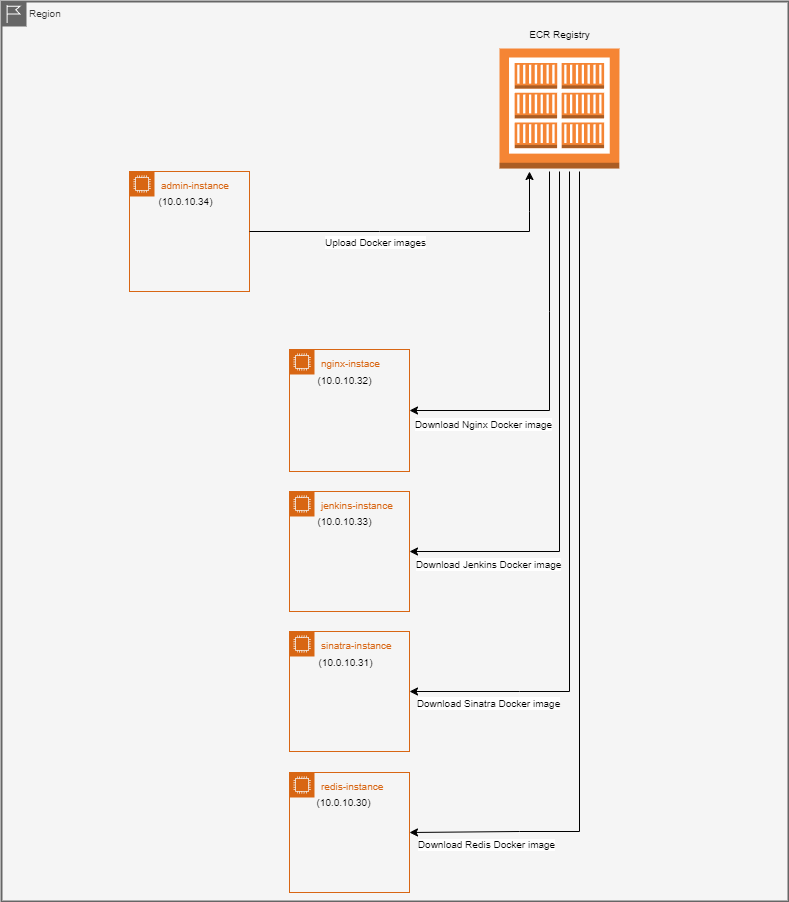
maxmin13/consul-prj keeps this draw.io diagram as img/ecr.png. Above is the earlier version. Source tidied: cells renumbered, new cells last; positions are measured from the earlier drawing's top-left corner, leaving out a move shared by most shapes.
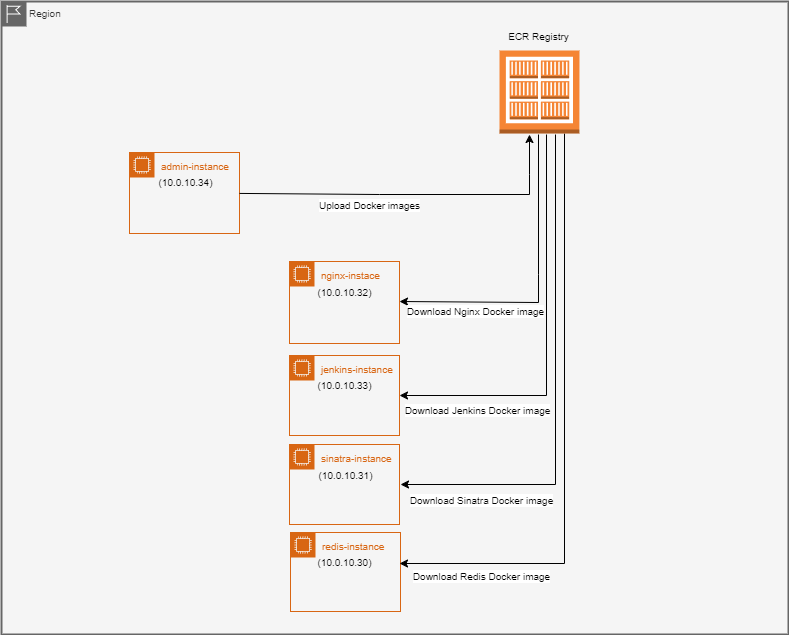
After the change.

Diff of the diagram source:
```diff
@@ -3,33 +3,67 @@
     <mxCell id="0" />
     <mxCell id="1" parent="0" />
     <mxCell id="2" value="&lt;font style=&quot;font-size: 10px;&quot;&gt;Region&lt;/font&gt;" style="shape=mxgraph.ibm.box;prType=region;fontStyle=0;verticalAlign=top;align=left;spacingLeft=32;spacingTop=4;fillColor=#f5f5f5;rounded=0;whiteSpace=wrap;html=1;strokeColor=#666666;strokeWidth=2;dashed=0;spacing=-4;fontColor=#333333;" parent="1" vertex="1">
-      <mxGeometry width="787" height="900" as="geometry" />
+      <mxGeometry y="-2" width="787" height="633" as="geometry" />
     </mxCell>
+    <mxCell id="21" style="endArrow=classic;html=1;rounded=0;entryX=1;entryY=0.5;entryDx=0;entryDy=0;" parent="2" edge="1">
+      <mxGeometry relative="1" as="geometry">
+        <mxPoint x="554" y="133" as="sourcePoint" />
+        <mxPoint x="399" y="483" as="targetPoint" />
+        <Array as="points">
+          <mxPoint x="554" y="483" />
+        </Array>
+      </mxGeometry>
+    </mxCell>
+    <mxCell id="22" value="&lt;font style=&quot;font-size: 10px;&quot;&gt;Download Sinatra Docker image&lt;/font&gt;" style="edgeLabel;html=1;align=center;verticalAlign=middle;" parent="21" vertex="1">
+      <mxGeometry relative="1" as="geometry">
+        <mxPoint x="-75" y="112" as="offset" />
+      </mxGeometry>
+    </mxCell>
+    <mxCell id="24" value="&lt;font style=&quot;font-size: 10px;&quot;&gt;Download Redis Docker image&lt;/font&gt;" style="edgeLabel;html=1;align=center;verticalAlign=middle;" parent="21" vertex="1">
+      <mxGeometry relative="1" as="geometry">
+        <mxPoint x="-75" y="188" as="offset" />
+      </mxGeometry>
+    </mxCell>
+    <mxCell id="19" value="&lt;font style=&quot;font-size: 10px;&quot;&gt;redis-instance&lt;/font&gt;" style="points=[[0,0],[0.25,0],[0.5,0],[0.75,0],[1,0],[1,0.25],[1,0.5],[1,0.75],[1,1],[0.75,1],[0.5,1],[0.25,1],[0,1],[0,0.75],[0,0.5],[0,0.25]];outlineConnect=0;gradientColor=none;html=1;whiteSpace=wrap;fontSize=12;fontStyle=0;shape=mxgraph.aws4.group;grIcon=mxgraph.aws4.group_ec2_instance_contents;strokeColor=#D86613;fillColor=none;verticalAlign=top;align=left;spacingLeft=30;fontColor=#D86613;dashed=0;" parent="2" vertex="1">
+      <mxGeometry x="289" y="531" width="110" height="79" as="geometry" />
+    </mxCell>
+    <mxCell id="20" value="(10.0.10.30)" style="text;html=1;align=center;verticalAlign=middle;fillColor=none;strokeColor=none;fontSize=10;" parent="19" vertex="1">
+      <mxGeometry x="14" y="15" width="80" height="30" as="geometry" />
+    </mxCell>
+    <mxCell id="23" style="endArrow=classic;html=1;rounded=0;" parent="2" edge="1">
+      <mxGeometry relative="1" as="geometry">
+        <mxPoint x="563" y="132" as="sourcePoint" />
+        <mxPoint x="398" y="562" as="targetPoint" />
+        <Array as="points">
+          <mxPoint x="563" y="562" />
+        </Array>
+      </mxGeometry>
+    </mxCell>
     <mxCell id="3" style="dashed=0;verticalLabelPosition=bottom;verticalAlign=top;align=center;html=1;shape=mxgraph.aws3.ecr_registry;fillColor=#F58534;gradientColor=none;" parent="1" vertex="1">
-      <mxGeometry x="498" y="47" width="120" height="120" as="geometry" />
+      <mxGeometry x="498" y="47" width="80" height="83" as="geometry" />
     </mxCell>
     <mxCell id="4" value="&lt;font style=&quot;font-size: 10px;&quot;&gt;admin-instance&lt;/font&gt;" style="points=[[0,0],[0.25,0],[0.5,0],[0.75,0],[1,0],[1,0.25],[1,0.5],[1,0.75],[1,1],[0.75,1],[0.5,1],[0.25,1],[0,1],[0,0.75],[0,0.5],[0,0.25]];outlineConnect=0;gradientColor=none;html=1;whiteSpace=wrap;fontSize=12;fontStyle=0;shape=mxgraph.aws4.group;grIcon=mxgraph.aws4.group_ec2_instance_contents;strokeColor=#D86613;fillColor=none;verticalAlign=top;align=left;spacingLeft=30;fontColor=#D86613;dashed=0;" parent="1" vertex="1">
-      <mxGeometry x="128" y="170" width="120" height="120" as="geometry" />
+      <mxGeometry x="128" y="149" width="110" height="81" as="geometry" />
     </mxCell>
     <mxCell id="5" value="(10.0.10.34)" style="text;html=1;align=center;verticalAlign=middle;fillColor=none;strokeColor=none;fontSize=10;" parent="4" vertex="1">
       <mxGeometry x="16" y="15" width="80" height="30" as="geometry" />
     </mxCell>
     <mxCell id="6" value="&lt;font style=&quot;font-size: 10px;&quot;&gt;ECR Registry&lt;/font&gt;" style="text;html=1;align=center;verticalAlign=middle;fillColor=none;strokeColor=none;" parent="1" vertex="1">
-      <mxGeometry x="518" y="18" width="80" height="30" as="geometry" />
+      <mxGeometry x="497" y="18" width="80" height="30" as="geometry" />
     </mxCell>
     <mxCell id="7" value="&lt;font style=&quot;font-size: 10px;&quot;&gt;nginx-instace&lt;/font&gt;" style="points=[[0,0],[0.25,0],[0.5,0],[0.75,0],[1,0],[1,0.25],[1,0.5],[1,0.75],[1,1],[0.75,1],[0.5,1],[0.25,1],[0,1],[0,0.75],[0,0.5],[0,0.25]];outlineConnect=0;gradientColor=none;html=1;whiteSpace=wrap;fontSize=12;fontStyle=0;shape=mxgraph.aws4.group;grIcon=mxgraph.aws4.group_ec2_instance_contents;strokeColor=#D86613;fillColor=none;verticalAlign=top;align=left;spacingLeft=30;fontColor=#D86613;dashed=0;" parent="1" vertex="1">
-      <mxGeometry x="288" y="348" width="120" height="122" as="geometry" />
+      <mxGeometry x="288" y="258" width="110" height="82" as="geometry" />
     </mxCell>
     <mxCell id="8" value="(10.0.10.32)" style="text;html=1;align=center;verticalAlign=middle;fillColor=none;strokeColor=none;fontSize=10;" parent="7" vertex="1">
       <mxGeometry x="15" y="16" width="80" height="30" as="geometry" />
     </mxCell>
     <mxCell id="9" style="endArrow=classic;html=1;rounded=0;" parent="1" edge="1" source="4">
       <mxGeometry relative="1" as="geometry">
-        <mxPoint x="528" y="170" as="targetPoint" />
+        <mxPoint x="528" y="131" as="targetPoint" />
         <Array as="points">
-          <mxPoint x="378" y="230" />
-          <mxPoint x="528" y="230" />
-          <mxPoint x="528" y="210" />
+          <mxPoint x="378" y="191" />
+          <mxPoint x="528" y="191" />
+          <mxPoint x="528" y="171" />
         </Array>
       </mxGeometry>
     </mxCell>
@@ -38,79 +72,46 @@
         <mxPoint x="-45" y="10" as="offset" />
       </mxGeometry>
     </mxCell>
-    <mxCell id="11" style="endArrow=classic;html=1;entryX=1;entryY=0.5;entryDx=0;entryDy=0;rounded=0;" parent="1" edge="1" target="7">
+    <mxCell id="11" style="endArrow=classic;html=1;rounded=0;" parent="1" edge="1">
       <mxGeometry relative="1" as="geometry">
-        <mxPoint x="548" y="170" as="sourcePoint" />
+        <mxPoint x="537" y="131" as="sourcePoint" />
+        <mxPoint x="398" y="298" as="targetPoint" />
         <Array as="points">
-          <mxPoint x="548" y="310" />
-          <mxPoint x="548" y="409" />
+          <mxPoint x="537" y="271" />
+          <mxPoint x="537" y="299" />
         </Array>
       </mxGeometry>
     </mxCell>
     <mxCell id="12" value="&lt;font style=&quot;font-size: 10px;&quot;&gt;Download Nginx Docker image&lt;/font&gt;" style="edgeLabel;html=1;align=center;verticalAlign=middle;" parent="11" vertex="1">
       <mxGeometry relative="1" as="geometry">
-        <mxPoint x="-67" y="62" as="offset" />
+        <mxPoint x="-64" y="22" as="offset" />
       </mxGeometry>
     </mxCell>
     <mxCell id="13" value="&lt;font style=&quot;font-size: 10px;&quot;&gt;jenkins-instance&lt;/font&gt;" style="gradientColor=none;html=1;whiteSpace=wrap;fontSize=12;fontStyle=0;shape=mxgraph.aws4.group;grIcon=mxgraph.aws4.group_ec2_instance_contents;strokeColor=#D86613;fillColor=none;verticalAlign=top;align=left;spacingLeft=30;fontColor=#D86613;dashed=0;" parent="1" vertex="1">
-      <mxGeometry x="288" y="490" width="120" height="120" as="geometry" />
+      <mxGeometry x="288" y="352" width="110" height="80" as="geometry" />
     </mxCell>
     <mxCell id="14" value="(10.0.10.33)" style="text;html=1;align=center;verticalAlign=middle;fillColor=none;strokeColor=none;fontSize=10;" parent="13" vertex="1">
       <mxGeometry x="15" y="15" width="80" height="30" as="geometry" />
     </mxCell>
     <mxCell id="15" style="endArrow=classic;html=1;rounded=0;" parent="13" edge="1">
       <mxGeometry relative="1" as="geometry">
-        <mxPoint x="270" y="-320" as="sourcePoint" />
-        <mxPoint x="120" y="60" as="targetPoint" />
+        <mxPoint x="257" y="-221" as="sourcePoint" />
+        <mxPoint x="110" y="40" as="targetPoint" />
         <Array as="points">
-          <mxPoint x="270" y="60" />
+          <mxPoint x="257" y="40" />
         </Array>
       </mxGeometry>
     </mxCell>
     <mxCell id="16" value="&lt;font style=&quot;font-size: 10px;&quot;&gt;Download Jenkins Docker image&lt;/font&gt;" style="edgeLabel;html=1;align=center;verticalAlign=middle;" parent="15" vertex="1">
       <mxGeometry relative="1" as="geometry">
-        <mxPoint x="-72" y="127" as="offset" />
+        <mxPoint x="-70" y="71" as="offset" />
       </mxGeometry>
     </mxCell>
     <mxCell id="17" value="&lt;font style=&quot;font-size: 10px;&quot;&gt;sinatra-instance&lt;/font&gt;" style="points=[[0,0],[0.25,0],[0.5,0],[0.75,0],[1,0],[1,0.25],[1,0.5],[1,0.75],[1,1],[0.75,1],[0.5,1],[0.25,1],[0,1],[0,0.75],[0,0.5],[0,0.25]];outlineConnect=0;gradientColor=none;html=1;whiteSpace=wrap;fontSize=12;fontStyle=0;shape=mxgraph.aws4.group;grIcon=mxgraph.aws4.group_ec2_instance_contents;strokeColor=#D86613;fillColor=none;verticalAlign=top;align=left;spacingLeft=30;fontColor=#D86613;dashed=0;" parent="1" vertex="1">
-      <mxGeometry x="288" y="630" width="120" height="120" as="geometry" />
+      <mxGeometry x="288" y="441" width="110" height="80" as="geometry" />
     </mxCell>
     <mxCell id="18" value="(10.0.10.31)" style="text;html=1;align=center;verticalAlign=middle;fillColor=none;strokeColor=none;fontSize=10;" parent="17" vertex="1">
       <mxGeometry x="16" y="16" width="80" height="30" as="geometry" />
     </mxCell>
-    <mxCell id="19" value="&lt;font style=&quot;font-size: 10px;&quot;&gt;redis-instance&lt;/font&gt;" style="points=[[0,0],[0.25,0],[0.5,0],[0.75,0],[1,0],[1,0.25],[1,0.5],[1,0.75],[1,1],[0.75,1],[0.5,1],[0.25,1],[0,1],[0,0.75],[0,0.5],[0,0.25]];outlineConnect=0;gradientColor=none;html=1;whiteSpace=wrap;fontSize=12;fontStyle=0;shape=mxgraph.aws4.group;grIcon=mxgraph.aws4.group_ec2_instance_contents;strokeColor=#D86613;fillColor=none;verticalAlign=top;align=left;spacingLeft=30;fontColor=#D86613;dashed=0;" parent="1" vertex="1">
-      <mxGeometry x="288" y="771" width="120" height="120" as="geometry" />
-    </mxCell>
-    <mxCell id="20" value="(10.0.10.30)" style="text;html=1;align=center;verticalAlign=middle;fillColor=none;strokeColor=none;fontSize=10;" parent="19" vertex="1">
-      <mxGeometry x="14" y="15" width="80" height="30" as="geometry" />
-    </mxCell>
-    <mxCell id="21" style="endArrow=classic;html=1;entryX=1;entryY=0.5;entryDx=0;entryDy=0;rounded=0;" parent="1" edge="1" target="17">
-      <mxGeometry relative="1" as="geometry">
-        <mxPoint x="568" y="170" as="sourcePoint" />
-        <Array as="points">
-          <mxPoint x="568" y="690" />
-          <mxPoint x="518" y="690" />
-        </Array>
-      </mxGeometry>
-    </mxCell>
-    <mxCell id="22" value="&lt;font style=&quot;font-size: 10px;&quot;&gt;Download Sinatra Docker image&lt;/font&gt;" style="edgeLabel;html=1;align=center;verticalAlign=middle;" parent="21" vertex="1">
-      <mxGeometry relative="1" as="geometry">
-        <mxPoint x="-82" y="191" as="offset" />
-      </mxGeometry>
-    </mxCell>
-    <mxCell id="23" style="endArrow=classic;html=1;entryX=1;entryY=0.5;entryDx=0;entryDy=0;rounded=0;" parent="1" edge="1" target="19">
-      <mxGeometry relative="1" as="geometry">
-        <mxPoint x="578" y="170" as="sourcePoint" />
-        <Array as="points">
-          <mxPoint x="578" y="830" />
-          <mxPoint x="518" y="830" />
-        </Array>
-      </mxGeometry>
-    </mxCell>
-    <mxCell id="24" value="Download Redis Docker image" style="edgeLabel;html=1;align=center;verticalAlign=middle;fontSize=10;" parent="23" vertex="1">
-      <mxGeometry relative="1" as="geometry">
-        <mxPoint x="-94" y="257" as="offset" />
-      </mxGeometry>
-    </mxCell>
   </root>
 </mxGraphModel>
```
